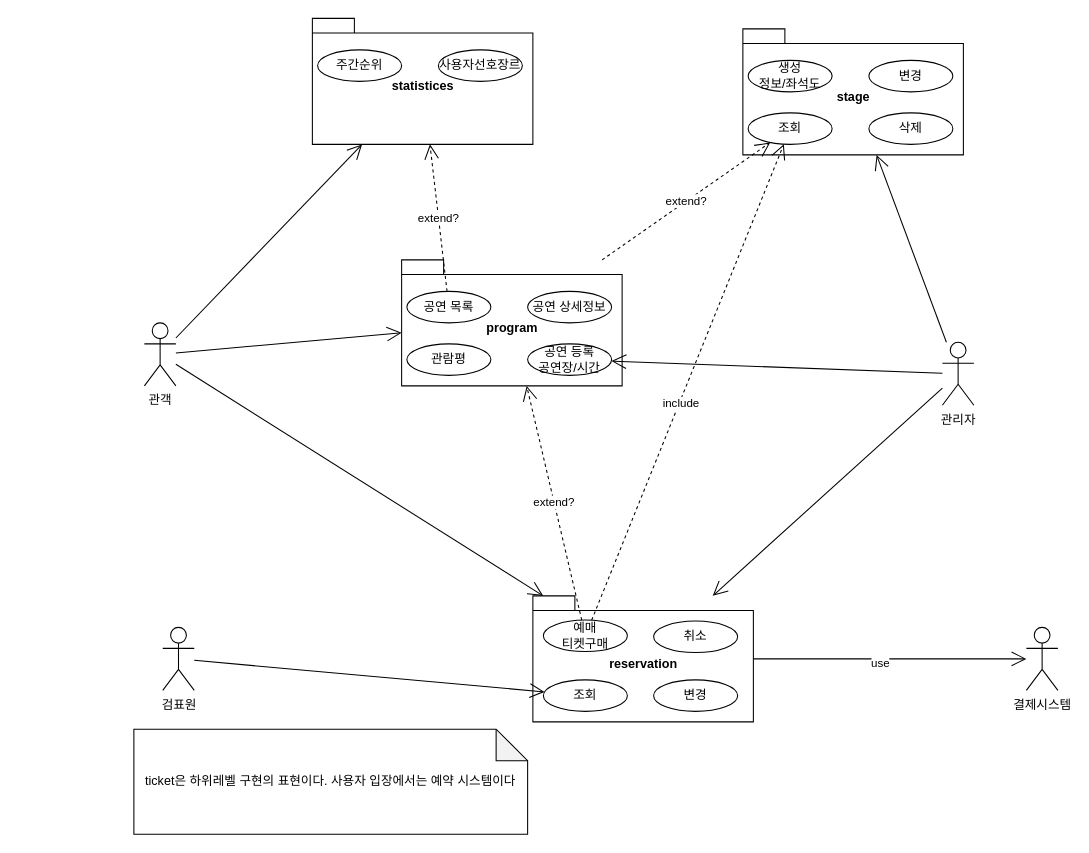
Earlier version of the draw.io diagram page "usecase2" (2 of 3) of requirements.drawio (hunjuly/rehearsal). Source tidied: cells renumbered, new cells numbered last; positions are measured from the earlier drawing's top-left corner, leaving out a move shared by most shapes. Both pictures are drawn from the tidied source at 105%, with x=0, y=0 at pixel (133, 18).
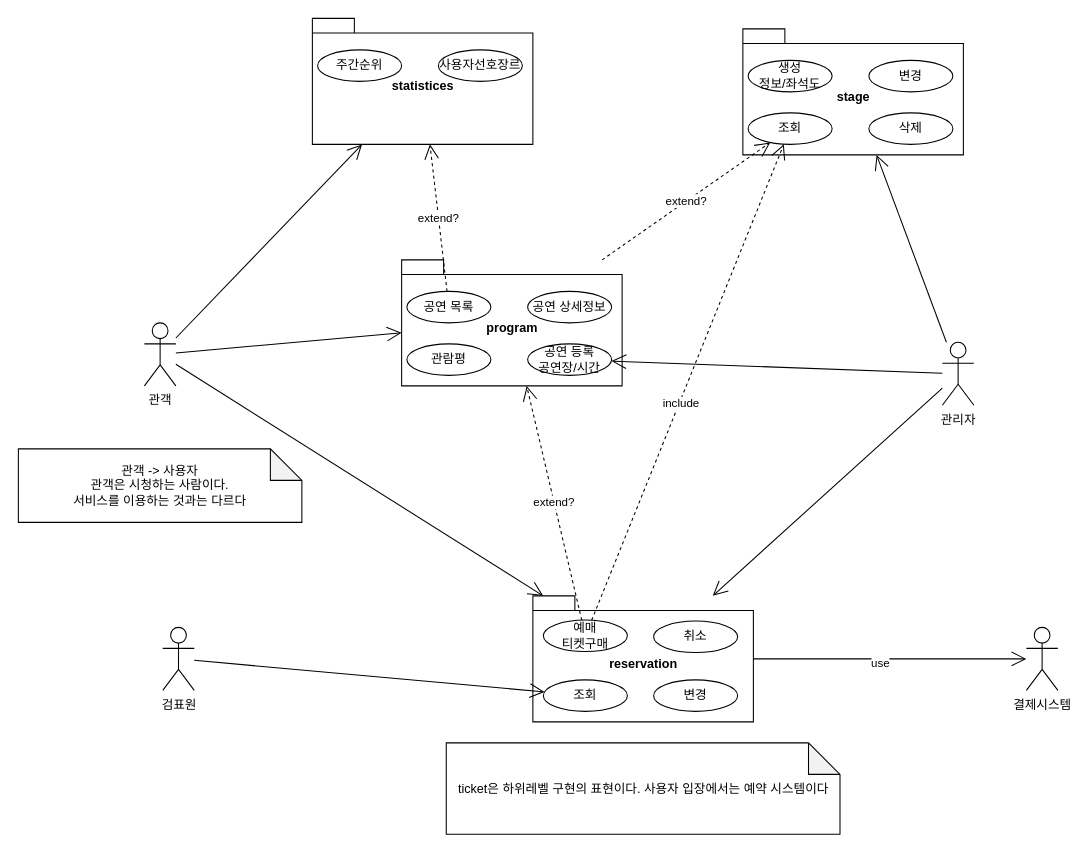
After the change.

Change to the diagram source:
```diff
@@
     <mxCell id="43" value="ticket은 하위레벨 구현의 표현이다. 사용자 입장에서는 예약 시스템이다" style="shape=note;whiteSpace=wrap;html=1;backgroundOutline=1;darkOpacity=0.05;" parent="1" vertex="1">
-      <mxGeometry y="677" width="375" height="100" as="geometry" />
+      <mxGeometry x="297.5" y="690" width="375" height="87" as="geometry" />
     </mxCell>
+    <mxCell id="44" value="관객 -&amp;gt; 사용자&lt;br&gt;관객은 시청하는 사람이다. &lt;br&gt;서비스를 이용하는 것과는 다르다" style="shape=note;whiteSpace=wrap;html=1;backgroundOutline=1;darkOpacity=0.05;" parent="1" vertex="1">
+      <mxGeometry x="-110" y="410" width="270" height="70" as="geometry" />
+    </mxCell>
```
